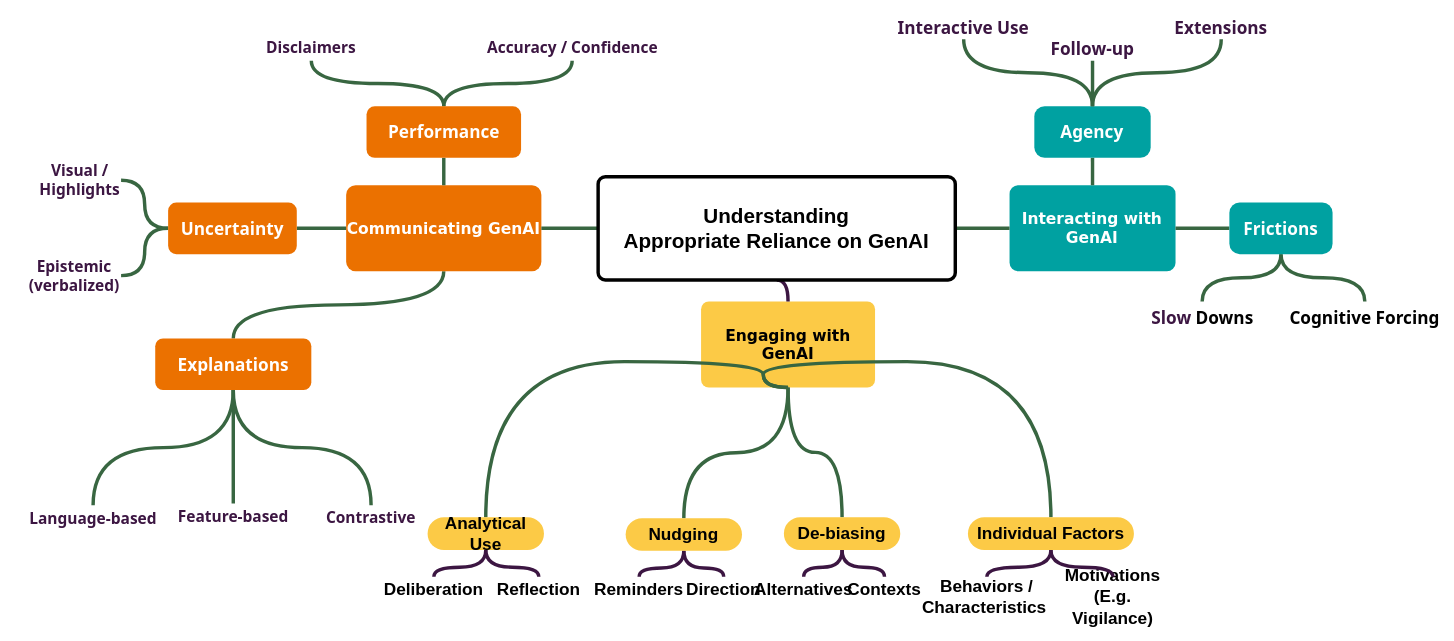
Above: ext/chi27-rev-4.1.drawio in raeeschaudhary/Coursera_Exams (draw.io), before the change. Source tidied: cells renumbered, new cells numbered last; positions are measured from the earlier drawing's top-left corner, leaving out a move shared by most shapes. Both pictures are drawn from the tidied source at 86%, with x=0, y=0 at pixel (15, 15).
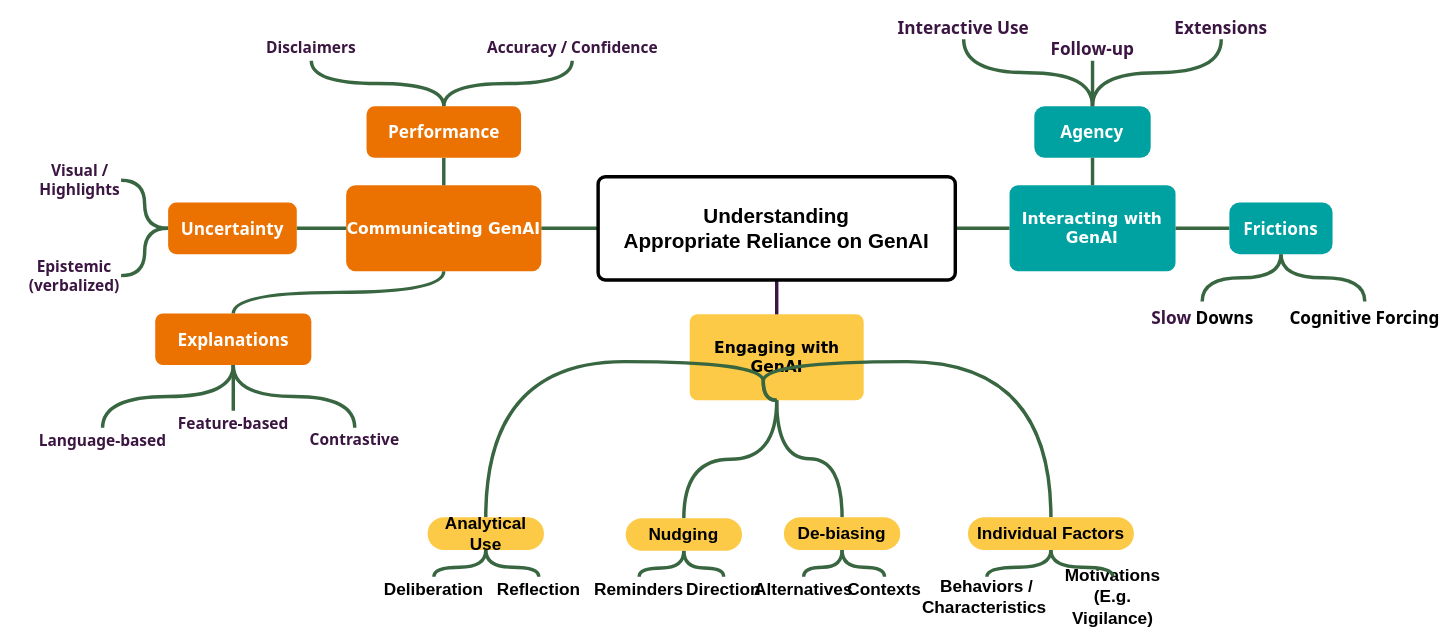
The same diagram, later.

The change refers to these unchanged cells:
```xml
<mxCell id="24" value="&lt;span style=&quot;font-size: 20px;&quot;&gt;Deliberation&lt;/span&gt;" style="text;html=1;whiteSpace=wrap;strokeColor=none;fillColor=none;align=center;verticalAlign=middle;rounded=0;fontFamily=calibri;fontSize=18;fontStyle=1;" parent="1" vertex="1">
  <mxGeometry x="427" y="653" width="120" height="30" as="geometry" />
</mxCell>
<mxCell id="25" value="&lt;span style=&quot;font-size: 20px;&quot;&gt;Reflection&lt;/span&gt;" style="text;html=1;whiteSpace=wrap;strokeColor=none;fillColor=none;align=center;verticalAlign=middle;rounded=0;fontFamily=calibri;fontSize=18;fontStyle=1;" parent="1" vertex="1">
  <mxGeometry x="555" y="653" width="108" height="30" as="geometry" />
</mxCell>
<mxCell id="29" value="&lt;span style=&quot;font-size: 20px;&quot;&gt;Alternatives&lt;/span&gt;" style="text;html=1;whiteSpace=wrap;strokeColor=none;fillColor=none;align=center;verticalAlign=middle;rounded=0;fontFamily=calibri;fontSize=18;fontStyle=1;" parent="1" vertex="1">
  <mxGeometry x="857" y="653" width="120" height="30" as="geometry" />
</mxCell>
<mxCell id="30" value="&lt;span style=&quot;font-size: 20px;&quot;&gt;Contexts&lt;/span&gt;" style="text;html=1;whiteSpace=wrap;strokeColor=none;fillColor=none;align=center;verticalAlign=middle;rounded=0;fontFamily=calibri;fontSize=18;fontStyle=1;" parent="1" vertex="1">
  <mxGeometry x="957" y="653" width="108" height="30" as="geometry" />
</mxCell>
<mxCell id="33" value="&lt;span style=&quot;font-size: 20px;&quot;&gt;Behaviors / Characteristics&amp;nbsp;&lt;/span&gt;" style="text;html=1;whiteSpace=wrap;strokeColor=none;fillColor=none;align=center;verticalAlign=middle;rounded=0;fontFamily=calibri;fontSize=18;fontStyle=1;" parent="1" vertex="1">
  <mxGeometry x="1070" y="653" width="120" height="46" as="geometry" />
</mxCell>
<mxCell id="34" value="&lt;span style=&quot;font-size: 20px;&quot;&gt;Motivations (E.g. Vigilance)&lt;/span&gt;" style="text;html=1;whiteSpace=wrap;strokeColor=none;fillColor=none;align=center;verticalAlign=middle;rounded=0;fontFamily=calibri;fontSize=18;fontStyle=1;" parent="1" vertex="1">
  <mxGeometry x="1209" y="653" width="135.3" height="46" as="geometry" />
</mxCell>
<mxCell id="44" value="&lt;span style=&quot;font-size: 20px;&quot;&gt;Reminders&lt;/span&gt;" style="text;html=1;whiteSpace=wrap;strokeColor=none;fillColor=none;align=center;verticalAlign=middle;rounded=0;fontFamily=calibri;fontSize=18;fontStyle=1;" parent="1" vertex="1">
  <mxGeometry x="678" y="653" width="95.3" height="30" as="geometry" />
</mxCell>
<mxCell id="45" value="&lt;span style=&quot;font-size: 20px;&quot;&gt;Direction&lt;/span&gt;" style="text;html=1;whiteSpace=wrap;strokeColor=none;fillColor=none;align=center;verticalAlign=middle;rounded=0;fontFamily=calibri;fontSize=18;fontStyle=1;" parent="1" vertex="1">
  <mxGeometry x="779" y="653" width="90" height="30" as="geometry" />
</mxCell>
<mxCell id="61" value="&lt;span style=&quot;font-size: 20px;&quot;&gt;Analytical Use&lt;/span&gt;" style="rounded=1;whiteSpace=wrap;html=1;arcSize=50;strokeWidth=2;fontFamily=calibri;fontSize=18;fontStyle=1;fillColor=#FCCA46;strokeColor=none;" parent="1" vertex="1">
  <mxGeometry x="479.7" y="584" width="135.3" height="38" as="geometry" />
</mxCell>
<mxCell id="62" value="&lt;span style=&quot;font-size: 20px;&quot;&gt;Nudging&lt;/span&gt;" style="rounded=1;whiteSpace=wrap;html=1;arcSize=50;strokeWidth=2;fontFamily=calibri;fontSize=18;fontStyle=1;fillColor=#FCCA46;strokeColor=none;" parent="1" vertex="1">
  <mxGeometry x="710" y="585" width="135.3" height="38" as="geometry" />
</mxCell>
<mxCell id="63" value="&lt;span style=&quot;font-size: 20px;&quot;&gt;De-biasing&lt;/span&gt;" style="rounded=1;whiteSpace=wrap;html=1;arcSize=50;strokeWidth=2;fontFamily=calibri;fontSize=18;fontStyle=1;fillColor=#FCCA46;strokeColor=none;" parent="1" vertex="1">
  <mxGeometry x="894" y="584" width="135.3" height="38" as="geometry" />
</mxCell>
<mxCell id="64" value="&lt;span style=&quot;font-size: 20px;&quot;&gt;Individual Factors&lt;/span&gt;" style="rounded=1;whiteSpace=wrap;html=1;arcSize=50;strokeWidth=2;fontFamily=calibri;fontSize=18;fontStyle=1;fillColor=#FCCA46;strokeColor=none;" parent="1" vertex="1">
  <mxGeometry x="1108" y="584" width="193" height="38" as="geometry" />
</mxCell>
```

Diff of the diagram source:
```diff
@@
     <mxCell id="12" value="&lt;span&gt;&lt;span&gt;Language-based&lt;/span&gt;&lt;/span&gt;" style="text;html=1;whiteSpace=wrap;strokeColor=none;fillColor=none;align=center;verticalAlign=middle;rounded=0;fontFamily=Tahoma;fontSize=18;fontStyle=1;fontColor=#3C1642;" parent="1" vertex="1">
-      <mxGeometry y="570" width="181.5" height="30" as="geometry" />
+      <mxGeometry x="11" y="480" width="181.5" height="30" as="geometry" />
     </mxCell>
     <mxCell id="13" value="&lt;span&gt;Feature-based&lt;/span&gt;" style="text;html=1;whiteSpace=wrap;strokeColor=none;fillColor=none;align=center;verticalAlign=middle;rounded=0;fontFamily=Tahoma;fontSize=18;fontStyle=1;fontColor=#3C1642;" parent="1" vertex="1">
-      <mxGeometry x="175.8" y="568" width="156" height="30" as="geometry" />
+      <mxGeometry x="175.8" y="460" width="156" height="30" as="geometry" />
     </mxCell>
     <mxCell id="14" value="&lt;span&gt;Contrastive&lt;/span&gt;" style="text;html=1;whiteSpace=wrap;strokeColor=none;fillColor=none;align=center;verticalAlign=middle;rounded=0;fontFamily=Tahoma;fontSize=18;fontStyle=1;fontColor=#3C1642;" parent="1" vertex="1">
-      <mxGeometry x="360" y="570" width="108" height="28" as="geometry" />
+      <mxGeometry x="341" y="480" width="108" height="28" as="geometry" />
     </mxCell>
@@
     <mxCell id="21" value="Engaging with GenAI" style="rounded=1;whiteSpace=wrap;html=1;arcSize=9;strokeWidth=2;fontFamily=Verdana;fontSize=18;fontStyle=1;strokeColor=none;fillColor=#FCCA46;" parent="1" vertex="1">
-      <mxGeometry x="797.7" y="333" width="202.3" height="100" as="geometry" />
+      <mxGeometry x="784.5" y="348" width="202.3" height="100" as="geometry" />
     </mxCell>
@@
-    <mxCell id="26" style="edgeStyle=orthogonalEdgeStyle;rounded=0;jettySize=auto;html=1;entryX=0.5;entryY=0;entryDx=0;entryDy=0;strokeWidth=4;curved=1;endArrow=none;endFill=0;strokeColor=#3C1642;fontFamily=calibri;exitX=0.5;exitY=1;exitDx=0;exitDy=0;" parent="1" edge="1" source="61" target="25">
+    <mxCell id="26" style="edgeStyle=orthogonalEdgeStyle;rounded=0;jettySize=auto;html=1;entryX=0.5;entryY=0;entryDx=0;entryDy=0;strokeWidth=4;curved=1;endArrow=none;endFill=0;strokeColor=#386641;fontFamily=calibri;exitX=0.5;exitY=1;exitDx=0;exitDy=0;align=center;verticalAlign=middle;fontSize=11;fontColor=default;labelBackgroundColor=default;" parent="1" edge="1" source="61" target="25">
       <mxGeometry relative="1" as="geometry" />
     </mxCell>
-    <mxCell id="27" style="edgeStyle=orthogonalEdgeStyle;rounded=0;jettySize=auto;html=1;strokeWidth=4;curved=1;endArrow=none;endFill=0;strokeColor=#3C1642;exitX=0.5;exitY=1;exitDx=0;exitDy=0;fontFamily=calibri;" parent="1" edge="1" source="61" target="24">
+    <mxCell id="27" style="edgeStyle=orthogonalEdgeStyle;rounded=0;jettySize=auto;html=1;strokeWidth=4;curved=1;endArrow=none;endFill=0;strokeColor=#386641;exitX=0.5;exitY=1;exitDx=0;exitDy=0;fontFamily=calibri;align=center;verticalAlign=middle;fontSize=11;fontColor=default;labelBackgroundColor=default;" parent="1" edge="1" source="61" target="24">
       <mxGeometry relative="1" as="geometry" />
     </mxCell>
@@
-    <mxCell id="31" style="edgeStyle=orthogonalEdgeStyle;rounded=0;jettySize=auto;html=1;entryX=0.5;entryY=0;entryDx=0;entryDy=0;strokeWidth=4;curved=1;endArrow=none;endFill=0;strokeColor=#3C1642;exitX=0.5;exitY=1;exitDx=0;exitDy=0;fontFamily=calibri;" parent="1" edge="1" source="63" target="30">
+    <mxCell id="31" style="edgeStyle=orthogonalEdgeStyle;rounded=0;jettySize=auto;html=1;entryX=0.5;entryY=0;entryDx=0;entryDy=0;strokeWidth=4;curved=1;endArrow=none;endFill=0;strokeColor=#386641;exitX=0.5;exitY=1;exitDx=0;exitDy=0;fontFamily=calibri;align=center;verticalAlign=middle;fontSize=11;fontColor=default;labelBackgroundColor=default;" parent="1" edge="1" source="63" target="30">
       <mxGeometry relative="1" as="geometry" />
     </mxCell>
-    <mxCell id="32" style="edgeStyle=orthogonalEdgeStyle;rounded=0;jettySize=auto;html=1;strokeWidth=4;curved=1;endArrow=none;endFill=0;strokeColor=#3C1642;exitX=0.5;exitY=1;exitDx=0;exitDy=0;fontFamily=calibri;" parent="1" edge="1" source="63" target="29">
+    <mxCell id="32" style="edgeStyle=orthogonalEdgeStyle;rounded=0;jettySize=auto;html=1;strokeWidth=4;curved=1;endArrow=none;endFill=0;strokeColor=#386641;exitX=0.5;exitY=1;exitDx=0;exitDy=0;fontFamily=calibri;align=center;verticalAlign=middle;fontSize=11;fontColor=default;labelBackgroundColor=default;" parent="1" edge="1" source="63" target="29">
       <mxGeometry relative="1" as="geometry" />
     </mxCell>
@@
-    <mxCell id="35" style="edgeStyle=orthogonalEdgeStyle;rounded=0;jettySize=auto;html=1;entryX=0.5;entryY=0;entryDx=0;entryDy=0;strokeWidth=4;curved=1;endArrow=none;endFill=0;strokeColor=#3C1642;exitX=0.5;exitY=1;exitDx=0;exitDy=0;fontFamily=calibri;" parent="1" edge="1" source="64" target="34">
+    <mxCell id="35" style="edgeStyle=orthogonalEdgeStyle;rounded=0;jettySize=auto;html=1;entryX=0.5;entryY=0;entryDx=0;entryDy=0;strokeWidth=4;curved=1;endArrow=none;endFill=0;strokeColor=#386641;exitX=0.5;exitY=1;exitDx=0;exitDy=0;fontFamily=calibri;align=center;verticalAlign=middle;fontSize=11;fontColor=default;labelBackgroundColor=default;" parent="1" edge="1" source="64" target="34">
       <mxGeometry relative="1" as="geometry" />
     </mxCell>
-    <mxCell id="36" style="edgeStyle=orthogonalEdgeStyle;rounded=0;jettySize=auto;html=1;strokeWidth=4;curved=1;endArrow=none;endFill=0;strokeColor=#3C1642;exitX=0.5;exitY=1;exitDx=0;exitDy=0;fontFamily=calibri;" parent="1" edge="1" source="64" target="33">
+    <mxCell id="36" style="edgeStyle=orthogonalEdgeStyle;rounded=0;jettySize=auto;html=1;strokeWidth=4;curved=1;endArrow=none;endFill=0;strokeColor=#386641;exitX=0.5;exitY=1;exitDx=0;exitDy=0;fontFamily=calibri;align=center;verticalAlign=middle;fontSize=11;fontColor=default;labelBackgroundColor=default;" parent="1" edge="1" source="64" target="33">
       <mxGeometry relative="1" as="geometry" />
     </mxCell>
@@
-    <mxCell id="46" style="edgeStyle=orthogonalEdgeStyle;rounded=0;jettySize=auto;html=1;entryX=0.5;entryY=0;entryDx=0;entryDy=0;strokeWidth=4;curved=1;endArrow=none;endFill=0;strokeColor=#3C1642;exitX=0.5;exitY=1;exitDx=0;exitDy=0;fontFamily=calibri;" parent="1" edge="1" source="62" target="45">
+    <mxCell id="46" style="edgeStyle=orthogonalEdgeStyle;rounded=0;jettySize=auto;html=1;entryX=0.5;entryY=0;entryDx=0;entryDy=0;strokeWidth=4;curved=1;endArrow=none;endFill=0;strokeColor=#386641;exitX=0.5;exitY=1;exitDx=0;exitDy=0;fontFamily=calibri;align=center;verticalAlign=middle;fontSize=11;fontColor=default;labelBackgroundColor=default;" parent="1" edge="1" source="62" target="45">
       <mxGeometry relative="1" as="geometry" />
     </mxCell>
-    <mxCell id="47" style="edgeStyle=orthogonalEdgeStyle;rounded=0;jettySize=auto;html=1;strokeWidth=4;curved=1;endArrow=none;endFill=0;strokeColor=#3C1642;exitX=0.5;exitY=1;exitDx=0;exitDy=0;fontFamily=calibri;" parent="1" edge="1" source="62" target="44">
+    <mxCell id="47" style="edgeStyle=orthogonalEdgeStyle;rounded=0;jettySize=auto;html=1;strokeWidth=4;curved=1;endArrow=none;endFill=0;strokeColor=#386641;exitX=0.5;exitY=1;exitDx=0;exitDy=0;fontFamily=calibri;align=center;verticalAlign=middle;fontSize=11;fontColor=default;labelBackgroundColor=default;" parent="1" edge="1" source="62" target="44">
       <mxGeometry relative="1" as="geometry" />
     </mxCell>
@@
     <mxCell id="60" value="&lt;span style=&quot;font-size: 20px;&quot;&gt;Explanations&lt;/span&gt;" style="rounded=1;whiteSpace=wrap;html=1;arcSize=15;strokeWidth=2;fontFamily=Tahoma;fontSize=20;fontStyle=1;fillColor=#EB7100;strokeColor=none;fontColor=#FFFFFF;align=center;verticalAlign=middle;" parent="1" vertex="1">
-      <mxGeometry x="163" y="376" width="181.5" height="60" as="geometry" />
+      <mxGeometry x="163" y="347" width="181.5" height="60" as="geometry" />
     </mxCell>
```
